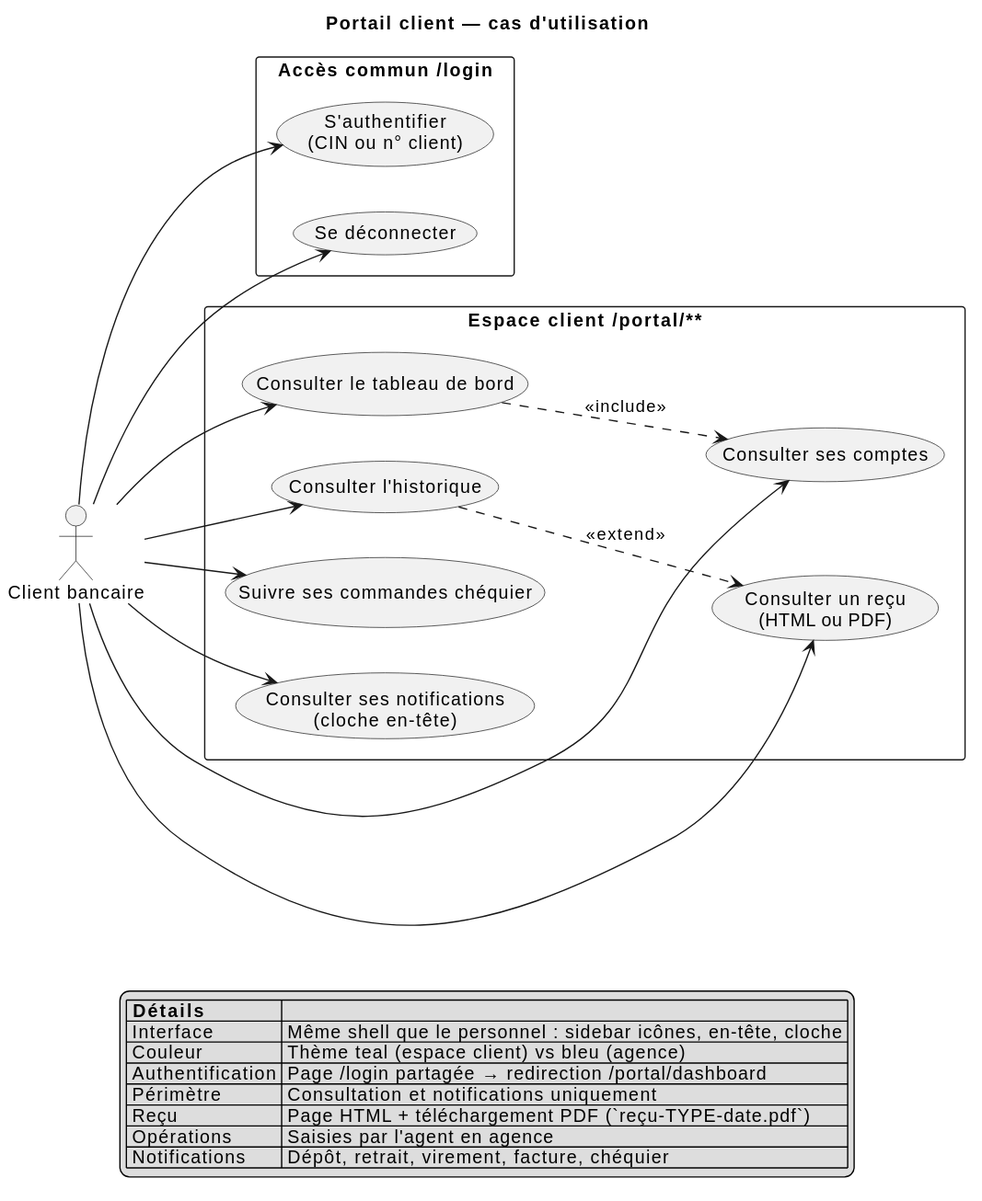
aminabensouda106-gif/banque1 keeps this PlantUML diagram as documentation/overleaf/images/03-portail-client.svg. Above is the earlier version. Source of this version:
```plantuml
@startuml
left to right direction
skinparam shadowing false
skinparam packageStyle rectangle

title Portail client — cas d'utilisation

actor "Client bancaire" as client

rectangle "Accès commun /login" {
  usecase "S'authentifier\n(CIN ou n° client)" as UC_LOGIN
  usecase "Se déconnecter" as UC_LOGOUT
}

rectangle "Espace client /portal/**" {
  usecase "Consulter le tableau de bord" as UC_DASH
  usecase "Consulter ses comptes" as UC_ACCOUNTS
  usecase "Consulter l'historique" as UC_HISTORY
  usecase "Consulter un reçu\n(HTML ou PDF)" as UC_RECEIPT
  usecase "Suivre ses commandes chéquier" as UC_CHQ
  usecase "Consulter ses notifications\n(cloche en-tête)" as UC_NOTIF
}

client --> UC_LOGIN
client --> UC_LOGOUT
client --> UC_DASH
client --> UC_ACCOUNTS
client --> UC_HISTORY
client --> UC_RECEIPT
client --> UC_CHQ
client --> UC_NOTIF

UC_DASH ..> UC_ACCOUNTS : <<include>>
UC_HISTORY ..> UC_RECEIPT : <<extend>>

legend bottom
  |= Détails |= |
  | Interface | Même shell que le personnel : sidebar icônes, en-tête, cloche |
  | Couleur | Thème teal (espace client) vs bleu (agence) |
  | Authentification | Page /login partagée → redirection /portal/dashboard |
  | Périmètre | Consultation et notifications uniquement |
  | Reçu | Page HTML + téléchargement PDF (`reçu-TYPE-date.pdf`) |
  | Opérations | Saisies par l'agent en agence |
  | Notifications | Dépôt, retrait, virement, facture, chéquier |
endlegend
@enduml
```
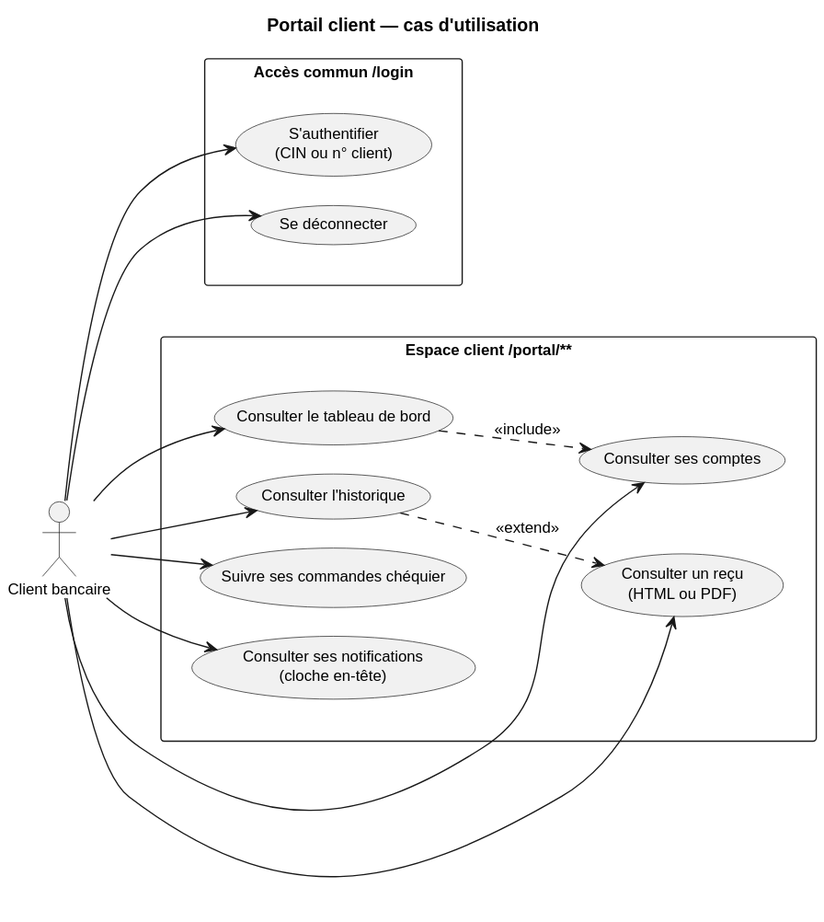
After the change.

Change to the diagram source:
```diff
@@ -2,17 +2,20 @@
 left to right direction
 skinparam shadowing false
 skinparam packageStyle rectangle
+skinparam nodesep 22
+skinparam ranksep 28
+skinparam defaultFontSize 12
 
 title Portail client — cas d'utilisation
 
 actor "Client bancaire" as client
 
-rectangle "Accès commun /login" {
+rectangle "Accès commun /login" as ACC {
   usecase "S'authentifier\n(CIN ou n° client)" as UC_LOGIN
   usecase "Se déconnecter" as UC_LOGOUT
 }
 
-rectangle "Espace client /portal/**" {
+rectangle "Espace client /portal/**" as PORT {
   usecase "Consulter le tableau de bord" as UC_DASH
   usecase "Consulter ses comptes" as UC_ACCOUNTS
   usecase "Consulter l'historique" as UC_HISTORY
@@ -20,6 +23,8 @@
   usecase "Suivre ses commandes chéquier" as UC_CHQ
   usecase "Consulter ses notifications\n(cloche en-tête)" as UC_NOTIF
 }
+
+ACC -[hidden]right- PORT
 
 client --> UC_LOGIN
 client --> UC_LOGOUT
@@ -32,15 +37,4 @@
 
 UC_DASH ..> UC_ACCOUNTS : <<include>>
 UC_HISTORY ..> UC_RECEIPT : <<extend>>
-
-legend bottom
-  |= Détails |= |
-  | Interface | Même shell que le personnel : sidebar icônes, en-tête, cloche |
-  | Couleur | Thème teal (espace client) vs bleu (agence) |
-  | Authentification | Page /login partagée → redirection /portal/dashboard |
-  | Périmètre | Consultation et notifications uniquement |
-  | Reçu | Page HTML + téléchargement PDF (`reçu-TYPE-date.pdf`) |
-  | Opérations | Saisies par l'agent en agence |
-  | Notifications | Dépôt, retrait, virement, facture, chéquier |
-endlegend
 @enduml
```
